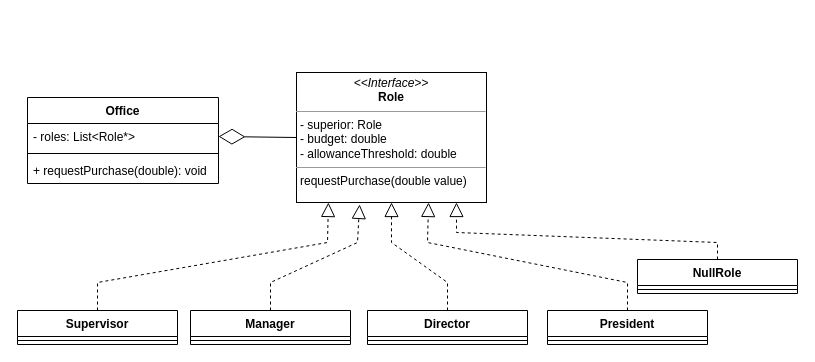
Earlier version of the draw.io diagram Sistemas/Chain of Responsability.drawio (GersonFeDutra/Java-exercises). Source tidied: cells renumbered, new cells numbered last; positions are measured from the earlier drawing's top-left corner, leaving out a move shared by most shapes. Both pictures are drawn from the tidied source at 100%, with x=0, y=0 at pixel (17, 72).
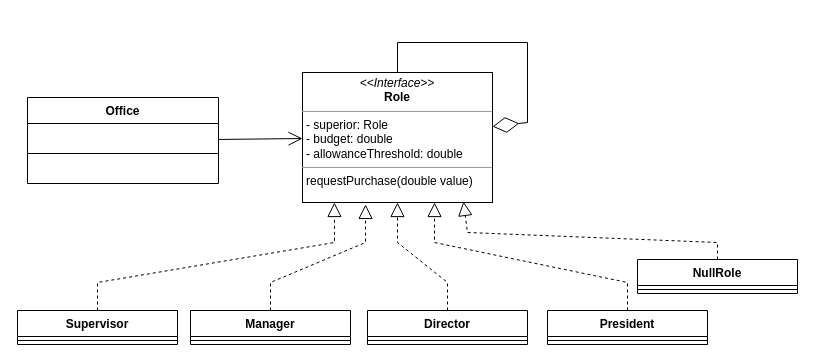
Above is the later version.

Commit message:
Fix Chain of Responsability connections.drawio

Unchanged cells that the change refers to:
```xml
<mxCell id="2" value="Manager" style="swimlane;fontStyle=1;align=center;verticalAlign=top;horizontal=1;startSize=26;" parent="1" vertex="1">
  <mxGeometry x="173" y="238" width="160" height="34" as="geometry" />
</mxCell>
<mxCell id="5" value="Supervisor" style="swimlane;fontStyle=1;align=center;verticalAlign=top;horizontal=1;startSize=26;" parent="1" vertex="1">
  <mxGeometry y="238" width="160" height="34" as="geometry" />
</mxCell>
<mxCell id="7" value="Director" style="swimlane;fontStyle=1;align=center;verticalAlign=top;horizontal=1;startSize=26;" parent="1" vertex="1">
  <mxGeometry x="350" y="238" width="160" height="34" as="geometry" />
</mxCell>
<mxCell id="9" value="President" style="swimlane;fontStyle=1;align=center;verticalAlign=top;horizontal=1;startSize=26;" parent="1" vertex="1">
  <mxGeometry x="530" y="238" width="160" height="34" as="geometry" />
</mxCell>
<mxCell id="14" value="Office" style="swimlane;fontStyle=1;align=center;verticalAlign=top;horizontal=1;startSize=26;" parent="1" vertex="1">
  <mxGeometry x="10" y="25" width="191" height="86" as="geometry" />
</mxCell>
<mxCell id="20" value="NullRole" style="swimlane;fontStyle=1;align=center;verticalAlign=top;horizontal=1;startSize=26;" parent="1" vertex="1">
  <mxGeometry x="620" y="187" width="160" height="34" as="geometry" />
</mxCell>
```

Diff of the diagram source:
```diff
@@
     <mxCell id="4" style="endArrow=block;dashed=1;endFill=0;endSize=12;html=1;rounded=0;exitX=0.5;exitY=0;exitDx=0;exitDy=0;entryX=0.168;entryY=1;entryDx=0;entryDy=0;entryPerimeter=0;" parent="1" edge="1" source="5" target="18">
       <mxGeometry relative="1" as="geometry">
         <Array as="points">
           <mxPoint x="80" y="210" />
-          <mxPoint x="310" y="170" />
+          <mxPoint x="317" y="170" />
         </Array>
       </mxGeometry>
     </mxCell>
@@
     <mxCell id="11" style="endArrow=block;dashed=1;endFill=0;endSize=12;html=1;rounded=0;exitX=0.5;exitY=0;exitDx=0;exitDy=0;entryX=0.332;entryY=1.015;entryDx=0;entryDy=0;entryPerimeter=0;" parent="1" edge="1" source="2" target="18">
       <mxGeometry relative="1" as="geometry">
         <Array as="points">
           <mxPoint x="253" y="210" />
-          <mxPoint x="340" y="170" />
+          <mxPoint x="348" y="170" />
         </Array>
       </mxGeometry>
     </mxCell>
     <mxCell id="12" style="endArrow=block;dashed=1;endFill=0;endSize=12;html=1;rounded=0;exitX=0.5;exitY=0;exitDx=0;exitDy=0;entryX=0.5;entryY=1;entryDx=0;entryDy=0;" parent="1" edge="1" source="7" target="18">
       <mxGeometry relative="1" as="geometry">
         <Array as="points">
           <mxPoint x="430" y="210" />
-          <mxPoint x="374" y="170" />
+          <mxPoint x="380" y="170" />
         </Array>
       </mxGeometry>
     </mxCell>
     <mxCell id="13" style="endArrow=block;dashed=1;endFill=0;endSize=12;html=1;rounded=0;exitX=0.5;exitY=0;exitDx=0;exitDy=0;entryX=0.695;entryY=1;entryDx=0;entryDy=0;entryPerimeter=0;" parent="1" edge="1" source="9" target="18">
       <mxGeometry relative="1" as="geometry">
         <Array as="points">
           <mxPoint x="610" y="210" />
-          <mxPoint x="410" y="170" />
+          <mxPoint x="417" y="170" />
         </Array>
       </mxGeometry>
     </mxCell>
@@
-    <mxCell id="15" value="- roles: List&lt;Role*&gt;" style="text;strokeColor=none;fillColor=none;align=left;verticalAlign=top;spacingLeft=4;spacingRight=4;overflow=hidden;points=[[0,0.5],[1,0.5]];portConstraint=eastwest;" parent="14" vertex="1">
+    <mxCell id="15" value=" " style="text;strokeColor=none;fillColor=none;align=left;verticalAlign=top;spacingLeft=4;spacingRight=4;overflow=hidden;points=[[0,0.5],[1,0.5]];portConstraint=eastwest;" parent="14" vertex="1">
       <mxGeometry y="26" width="191" height="26" as="geometry" />
     </mxCell>
@@
-    <mxCell id="17" value="+ requestPurchase(double): void" style="text;strokeColor=none;fillColor=none;align=left;verticalAlign=top;spacingLeft=4;spacingRight=4;overflow=hidden;" parent="14" vertex="1">
+    <mxCell id="17" value=" " style="text;strokeColor=none;fillColor=none;align=left;verticalAlign=top;spacingLeft=4;spacingRight=4;overflow=hidden;" parent="14" vertex="1">
       <mxGeometry y="60" width="191" height="26" as="geometry" />
     </mxCell>
     <mxCell id="18" value="&lt;p style=&quot;margin:0px;margin-top:4px;text-align:center;&quot;&gt;&lt;i&gt;&amp;lt;&amp;lt;Interface&amp;gt;&amp;gt;&lt;/i&gt;&lt;br&gt;&lt;b&gt;Role&lt;/b&gt;&lt;/p&gt;&lt;hr size=&quot;1&quot;&gt;&lt;p style=&quot;margin:0px;margin-left:4px;&quot;&gt;- superior: Role&lt;br&gt;&lt;/p&gt;&lt;p style=&quot;margin:0px;margin-left:4px;&quot;&gt;- budget: double&lt;/p&gt;&lt;p style=&quot;margin:0px;margin-left:4px;&quot;&gt;- allowanceThreshold: double&lt;br&gt;&lt;/p&gt;&lt;hr size=&quot;1&quot;&gt;&lt;p style=&quot;margin:0px;margin-left:4px;&quot;&gt;requestPurchase(double value)&lt;br&gt;&lt;/p&gt;" style="verticalAlign=top;align=left;overflow=fill;fontSize=12;fontFamily=Helvetica;html=1;" parent="1" vertex="1">
-      <mxGeometry x="279" width="190" height="130" as="geometry" />
+      <mxGeometry x="285" width="190" height="130" as="geometry" />
     </mxCell>
-    <mxCell id="19" style="endArrow=diamondThin;endFill=0;endSize=24;html=1;rounded=0;exitX=0;exitY=0.5;exitDx=0;exitDy=0;entryX=1;entryY=0.5;entryDx=0;entryDy=0;" parent="1" edge="1" source="18" target="15">
-      <mxGeometry relative="1" as="geometry" />
-    </mxCell>
@@
-    <mxCell id="22" style="endArrow=block;dashed=1;endFill=0;endSize=12;html=1;rounded=0;exitX=0.5;exitY=0;exitDx=0;exitDy=0;entryX=0.842;entryY=1;entryDx=0;entryDy=0;entryPerimeter=0;" parent="1" edge="1" source="20" target="18">
+    <mxCell id="22" style="endArrow=block;dashed=1;endFill=0;endSize=12;html=1;rounded=0;exitX=0.5;exitY=0;exitDx=0;exitDy=0;entryX=0.847;entryY=0.992;entryDx=0;entryDy=0;entryPerimeter=0;" parent="1" edge="1" source="20" target="18">
       <mxGeometry relative="1" as="geometry">
         <Array as="points">
           <mxPoint x="700" y="170" />
-          <mxPoint x="439" y="160" />
+          <mxPoint x="450" y="160" />
         </Array>
       </mxGeometry>
     </mxCell>
+    <mxCell id="23" style="endArrow=diamondThin;endFill=0;endSize=24;html=1;rounded=0;" parent="1" edge="1" source="18" target="18">
+      <mxGeometry relative="1" as="geometry">
+        <Array as="points">
+          <mxPoint x="380" y="-30" />
+          <mxPoint x="510" y="-30" />
+          <mxPoint x="510" y="50" />
+        </Array>
+      </mxGeometry>
+    </mxCell>
+    <mxCell id="24" style="endArrow=open;endFill=1;endSize=12;html=1;rounded=0;" parent="1" edge="1" source="14" target="18">
+      <mxGeometry relative="1" as="geometry" />
+    </mxCell>
```
